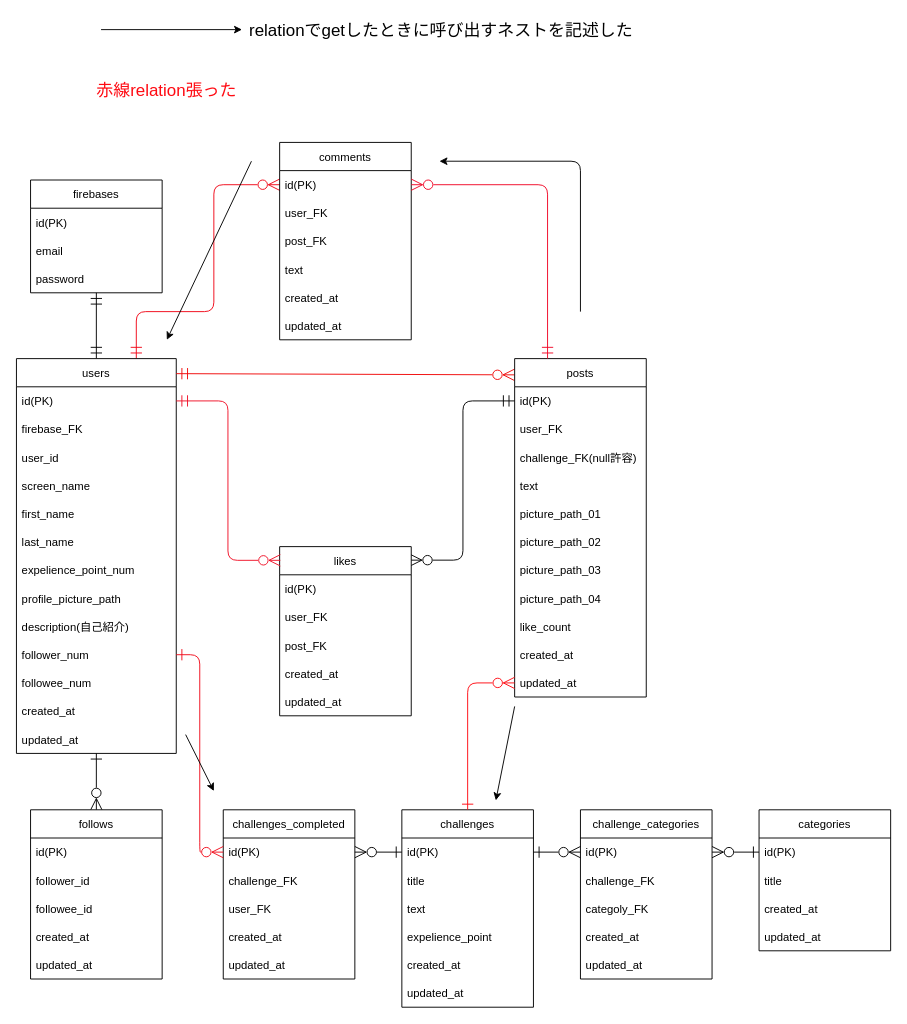
koki-fore/meijoHackU2022-api keeps this draw.io diagram as ER.drawio. Above is the earlier version. Source tidied: cells renumbered, new cells numbered last; positions are measured from the earlier drawing's top-left corner, leaving out a move shared by most shapes. Both pictures are drawn from the tidied source at 94%, with x=0, y=0 at pixel (16, 16).
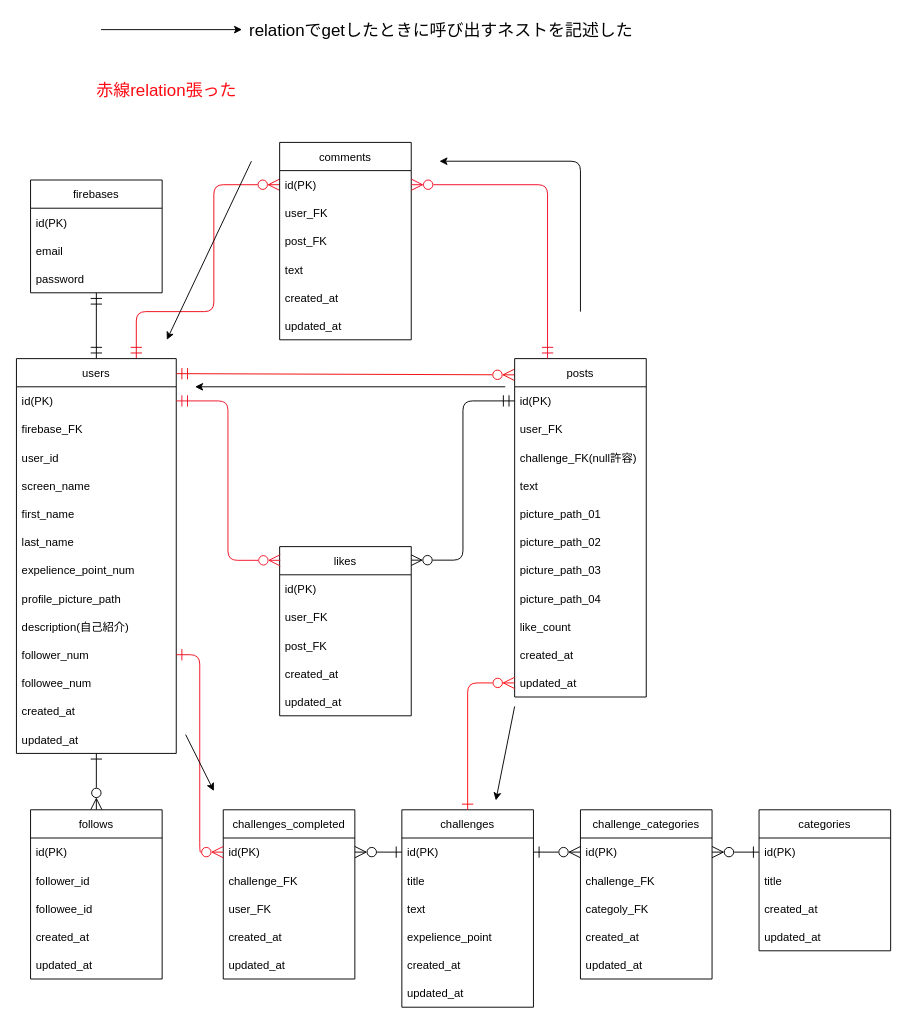
The same diagram, later.

Change to the diagram source:
```diff
@@
+    <mxCell id="94" style="endArrow=classic;html=1;fontSize=18;" parent="1" edge="1">
+      <mxGeometry relative="1" as="geometry">
+        <mxPoint x="520" y="394" as="sourcePoint" />
+        <mxPoint x="190" y="394" as="targetPoint" />
+      </mxGeometry>
+    </mxCell>
```
